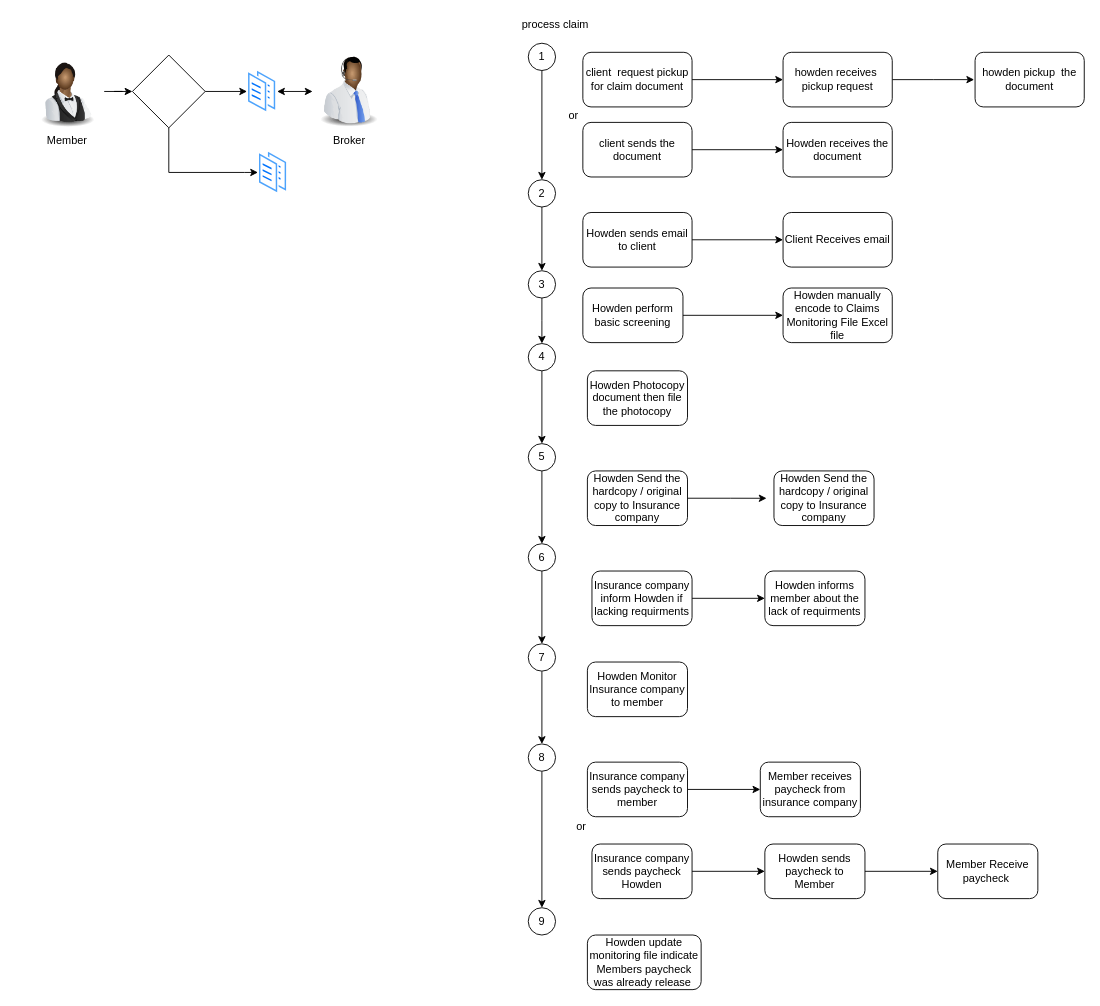
Above: page "Claim" (3 of 10) of howdengroup.drawio in jasarvn/howdengroup (draw.io), before the change. Source tidied: cells renumbered, new cells numbered last; positions are measured from the earlier drawing's top-left corner, leaving out a move shared by most shapes. Both pictures are drawn from the tidied source at 91%, with x=0, y=0 at pixel (29, 15).
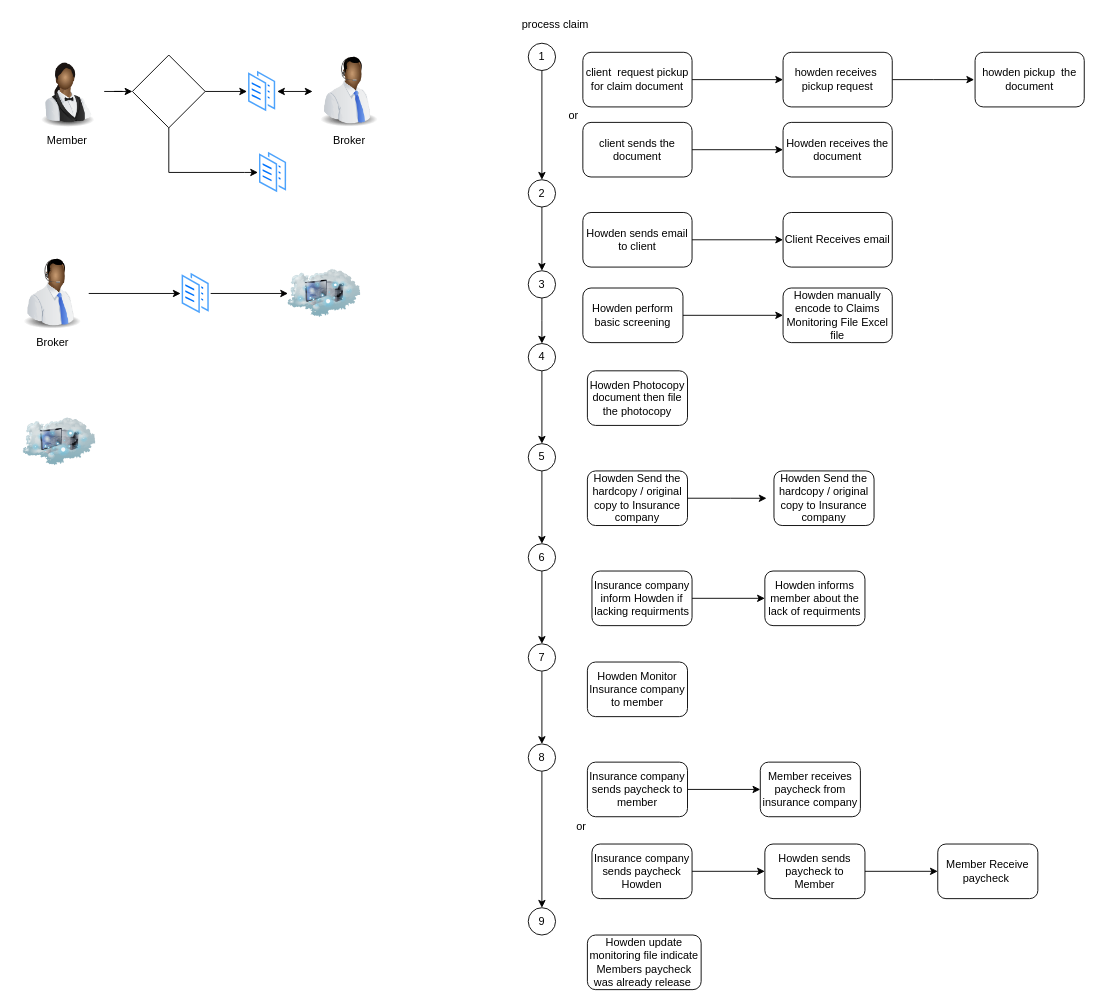
Above is the later version.

Change to the diagram source:
```diff
@@
+    <mxCell id="62" style="edgeStyle=orthogonalEdgeStyle;rounded=0;jettySize=auto;html=1;exitX=1;exitY=0.5;exitDx=0;exitDy=0;entryX=0;entryY=0.5;entryDx=0;entryDy=0;" parent="1" edge="1" source="63" target="67">
+      <mxGeometry relative="1" as="geometry" />
+    </mxCell>
+    <mxCell id="63" value="Broker" style="image;html=1;labelBackgroundColor=#ffffff;image=img/lib/clip_art/people/Telesales_Man_Black_128x128.png;" parent="1" vertex="1">
+      <mxGeometry x="-15" y="265" width="80" height="80" as="geometry" />
+    </mxCell>
+    <mxCell id="64" style="image;html=1;labelBackgroundColor=#ffffff;image=img/lib/clip_art/networking/Cloud_Computer_128x128.png;" parent="1" vertex="1">
+      <mxGeometry x="284" y="265" width="80" height="80" as="geometry" />
+    </mxCell>
+    <mxCell id="65" style="image;html=1;labelBackgroundColor=#ffffff;image=img/lib/clip_art/networking/Cloud_Computer_128x128.png;" parent="1" vertex="1">
+      <mxGeometry x="-7" y="428" width="80" height="80" as="geometry" />
+    </mxCell>
+    <mxCell id="66" style="edgeStyle=orthogonalEdgeStyle;rounded=0;jettySize=auto;html=1;" parent="1" edge="1" source="67" target="64">
+      <mxGeometry relative="1" as="geometry" />
+    </mxCell>
+    <mxCell id="67" style="perimeter=ellipsePerimeter;html=1;align=center;shadow=0;dashed=0;spacingTop=3;image;image=img/lib/active_directory/documents.svg;" parent="1" vertex="1">
+      <mxGeometry x="166" y="280" width="33" height="50" as="geometry" />
+    </mxCell>
```
